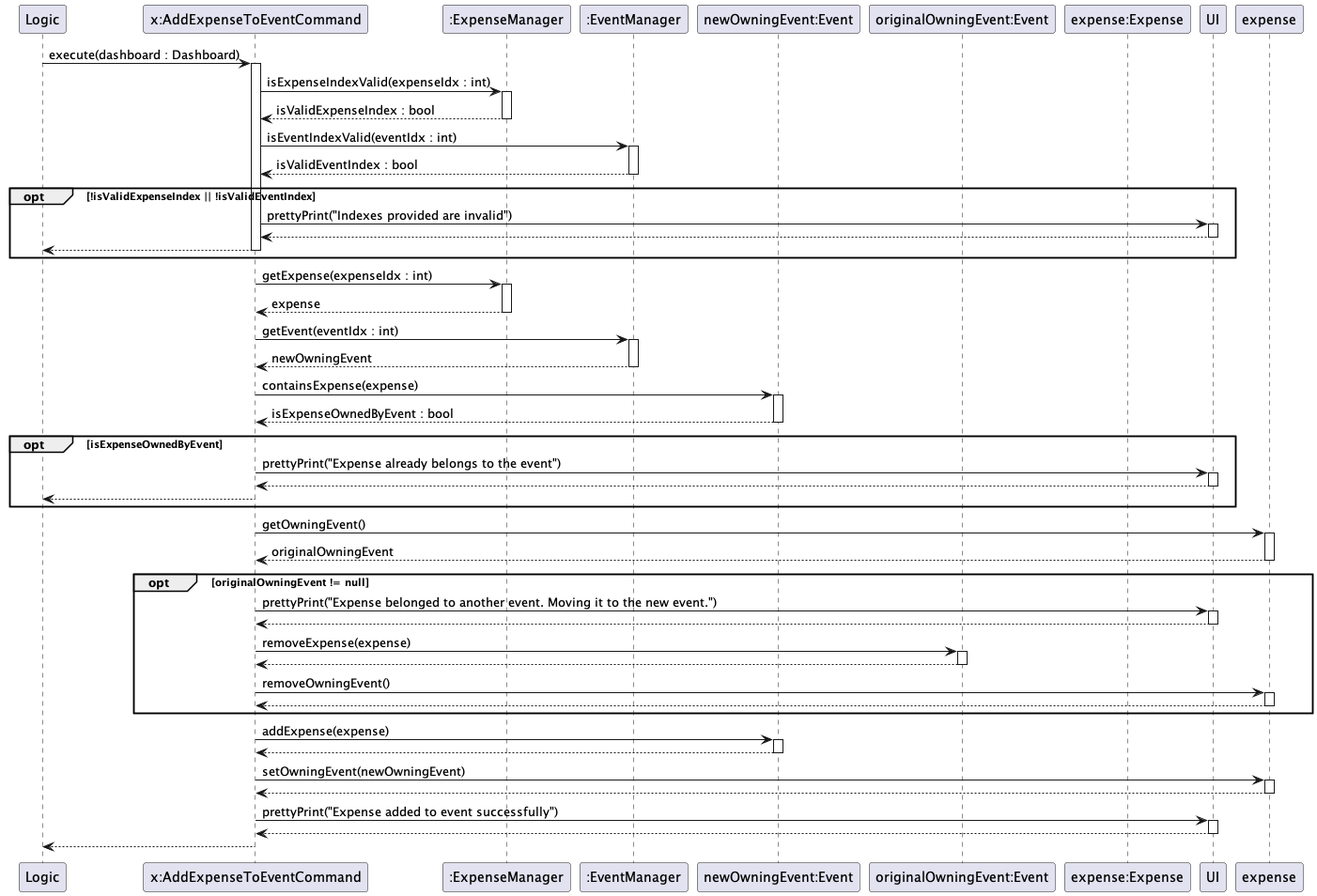
Earlier version of the PlantUML export docs/images/executeAddExpenseToEventCommand.png (nus-cs2113-AY2324S2/tp).
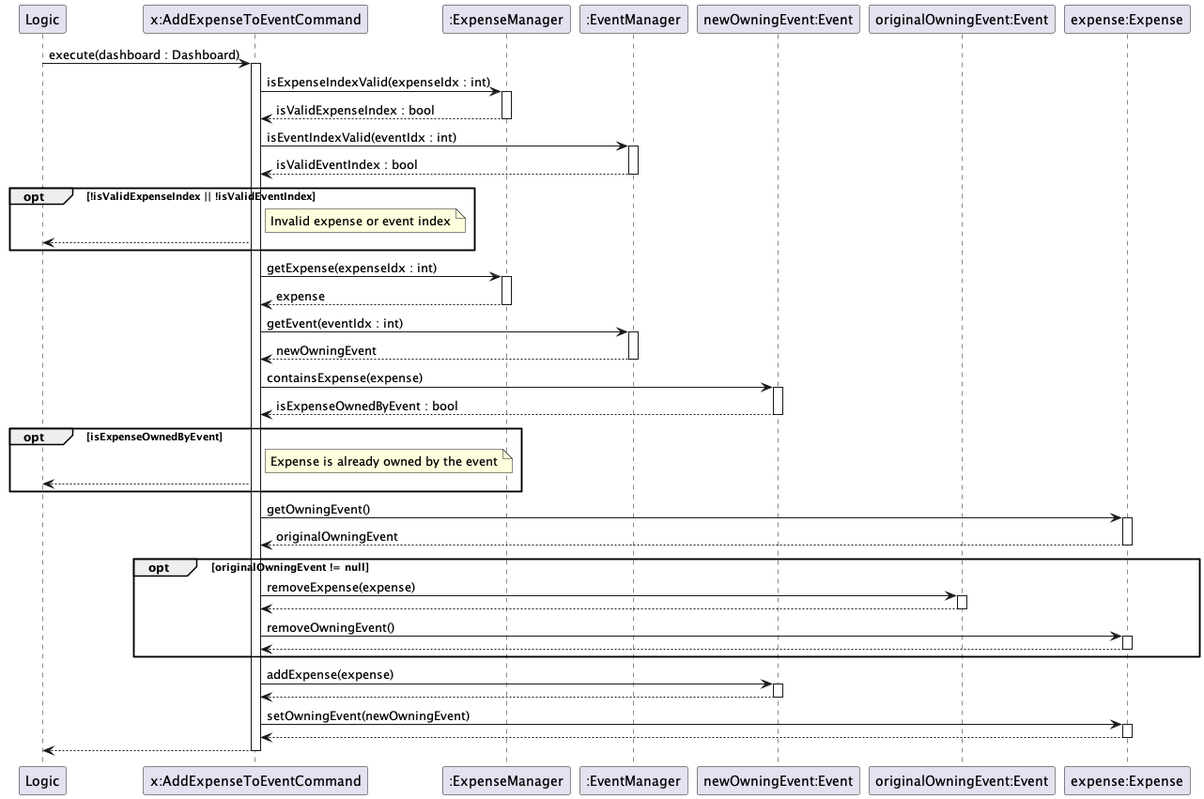
After the commit.

What changed in the source:
```diff
@@ -6,7 +6,6 @@
 participant "newOwningEvent:Event" as noe
 participant "originalOwningEvent:Event" as ooe
 participant "expense:Expense" as Expense
-participant "UI" as UI
 
 
 Logic -> Command: execute(dashboard : Dashboard)
@@ -23,12 +22,10 @@
 deactivate EventManager
 
 opt !isValidExpenseIndex || !isValidEventIndex
-    Command -> UI: prettyPrint("Indexes provided are invalid")
-    activate UI
-    UI --> Command:
-    deactivate UI
+    note right of Command
+        Invalid expense or event index
+    end note
     Command --> Logic:
-    deactivate Command
 end
 
 Command -> ExpenseManager: getExpense(expenseIdx : int)
@@ -47,32 +44,26 @@
 deactivate noe
 
 opt isExpenseOwnedByEvent
-    Command -> UI: prettyPrint("Expense already belongs to the event")
-    activate UI
-    UI --> Command:
-    deactivate UI
+    note right of Command
+        Expense is already owned by the event
+    end note
     Command --> Logic:
-    deactivate Command
 end
 
-Command -> expense: getOwningEvent()
-activate expense
-expense --> Command: originalOwningEvent
-deactivate expense
+Command -> Expense: getOwningEvent()
+activate Expense
+Expense --> Command: originalOwningEvent
+deactivate Expense
 
 opt originalOwningEvent != null
-    Command -> UI: prettyPrint("Expense belonged to another event. Moving it to the new event.")
-    activate UI
-    UI --> Command:
-    deactivate UI
     Command -> ooe: removeExpense(expense)
     activate ooe
     ooe --> Command:
     deactivate ooe
-    Command -> expense: removeOwningEvent()
-    activate expense
-    expense --> Command:
-    deactivate expense
+    Command -> Expense: removeOwningEvent()
+    activate Expense
+    Expense --> Command:
+    deactivate Expense
 end
 
 Command -> noe: addExpense(expense)
@@ -80,15 +71,10 @@
 noe --> Command:
 deactivate noe
 
-Command -> expense: setOwningEvent(newOwningEvent)
-activate expense
-expense --> Command:
-deactivate expense
-
-Command -> UI: prettyPrint("Expense added to event successfully")
-activate UI
-UI --> Command:
-deactivate UI
+Command -> Expense: setOwningEvent(newOwningEvent)
+activate Expense
+Expense --> Command:
+deactivate Expense
 
 Command --> Logic:
 deactivate Command
```
